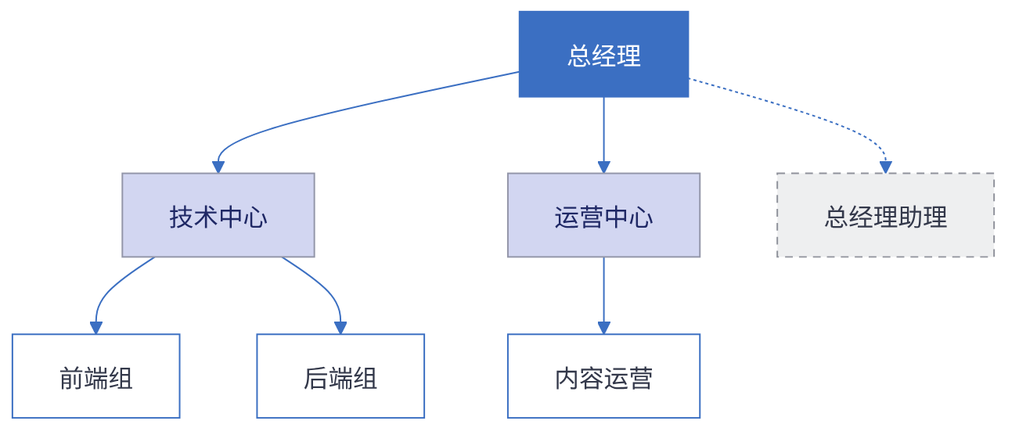
Before: docs/assets/org.png, a diagram exported from Mermaid (huang-hee/diagram-kit). Its source is kept beside it as docs/assets/org.mmd.
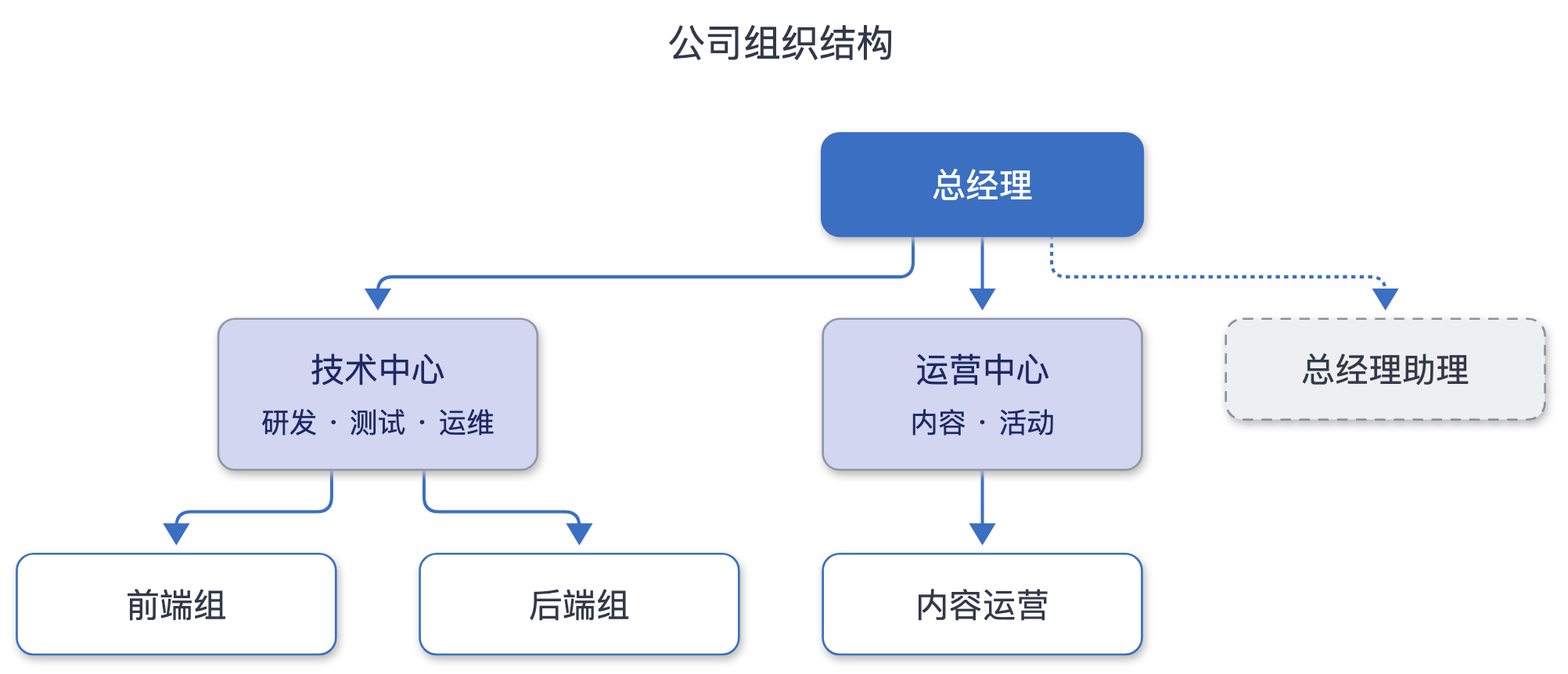
After the change.

What changed in the source:
```diff
@@ -1,7 +1,14 @@
 ---
+title: "公司组织结构"
 config:
   theme: base
   fontFamily: "PingFang SC, Microsoft YaHei, Noto Sans CJK SC, Source Han Sans SC, sans-serif"
+  flowchart:
+    curve: "step"
+    nodeSpacing: 50
+    rankSpacing: 60
+    padding: 12
+    wrappingWidth: 300
   themeVariables:
     background: "#FFFFFF"
     primaryColor: "#FFFFFF"
@@ -21,13 +28,14 @@
     noteTextColor: "#33384A"
 ---
 flowchart TB
-  CEO[总经理]:::top --> CTO[技术中心]:::l2
-  CEO --> COO[运营中心]:::l2
+  CEO[总经理]:::top --> CTO["技术中心<br><small>研发 · 测试 · 运维</small>"]:::l2
+  CEO --> COO["运营中心<br><small>内容 · 活动</small>"]:::l2
   CEO -.-> AS[总经理助理]:::aux
   CTO --> FE[前端组]:::l3
   CTO --> BE[后端组]:::l3
   COO --> OP[内容运营]:::l3
-classDef top fill:#3B6FC2,stroke:#3B6FC2,color:#FFFFFF,stroke-width:2px
-classDef l2 fill:#D2D6F1,stroke:#9396A9,color:#1F2865
-classDef l3 fill:#FFFFFF,stroke:#3B6FC2,color:#33384A
-classDef aux fill:#EEEFF0,stroke:#8F929B,color:#33384A,stroke-dasharray:5 4
+classDef top fill:#3B6FC2,stroke:#3B6FC2,color:#FFFFFF,stroke-width:2px,rx:8,ry:8
+classDef l2 fill:#D2D6F1,stroke:#9396A9,color:#1F2865,rx:8,ry:8
+classDef l3 fill:#FFFFFF,stroke:#3B6FC2,color:#33384A,rx:8,ry:8
+classDef aux fill:#EEEFF0,stroke:#8F929B,color:#33384A,stroke-dasharray:5 4,rx:8,ry:8
+linkStyle default stroke-width:1.5px
```
